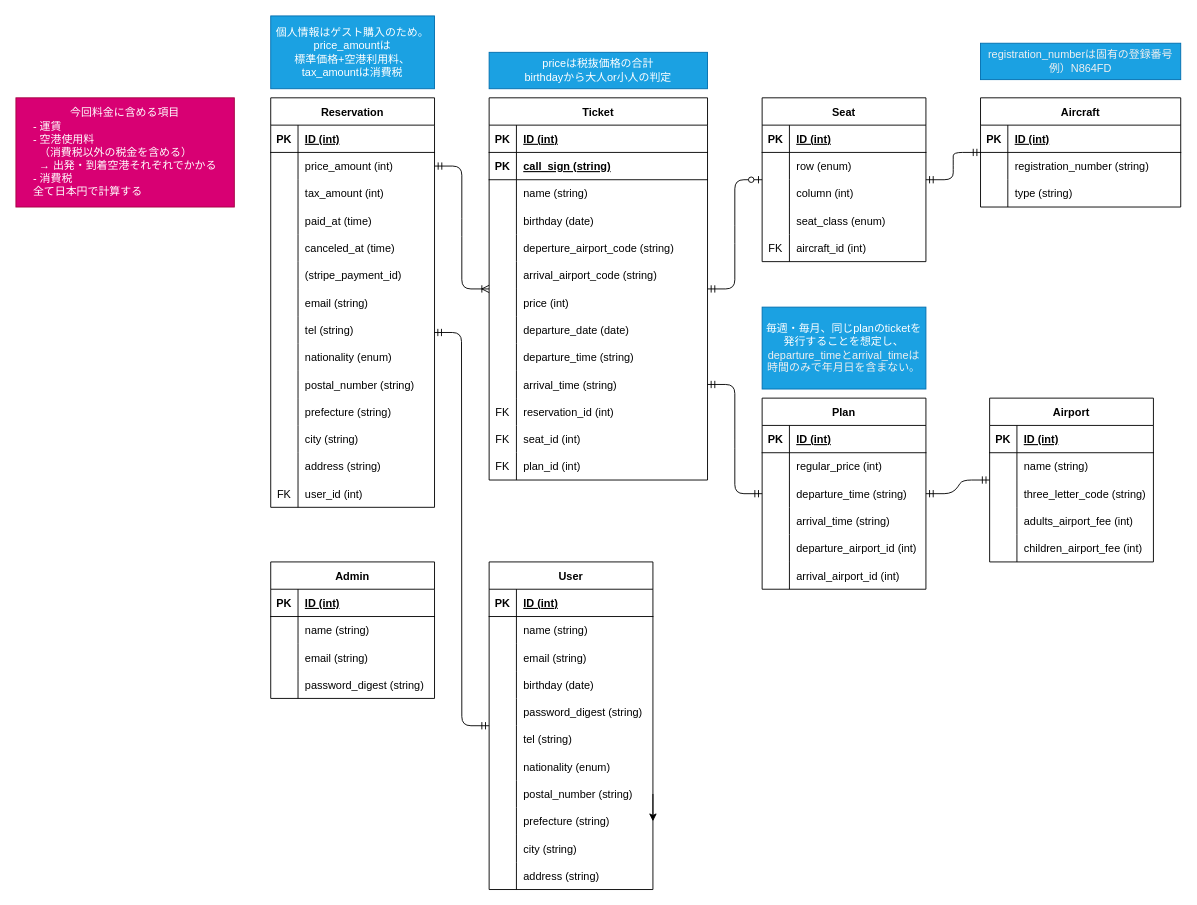
Above: er.drawio in zyojo/peach-clone (draw.io), before the change. Source tidied: cells renumbered, new cells numbered last; positions are measured from the earlier drawing's top-left corner, leaving out a move shared by most shapes. Both pictures are drawn from the tidied source at 91%, with x=0, y=0 at pixel (15, 15).
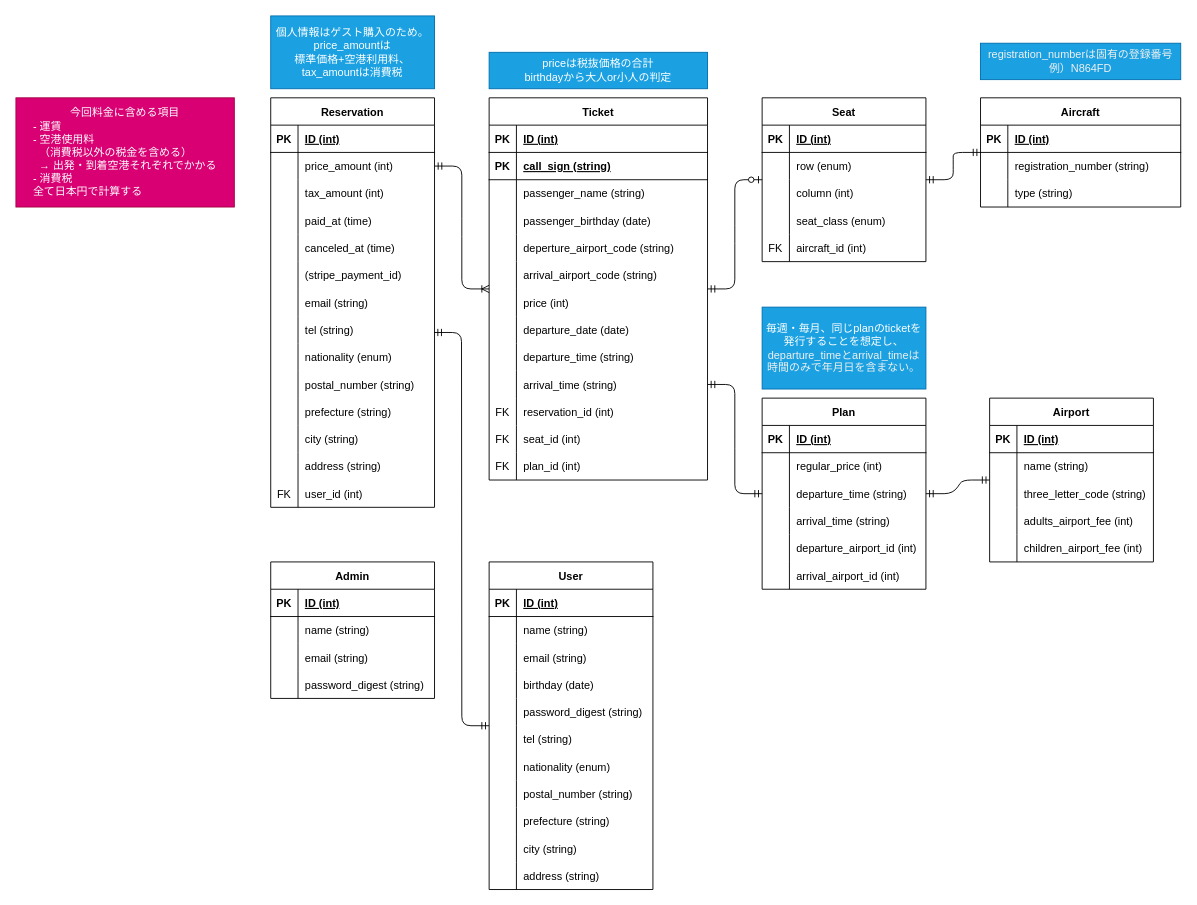
After the change.

The change refers to these unchanged cells:
```xml
<mxCell id="35" style="shape=tableRow;horizontal=0;startSize=0;swimlaneHead=0;swimlaneBody=0;fillColor=none;top=0;left=0;right=0;bottom=0;" parent="28" vertex="1">
  <mxGeometry y="90" width="240" height="30" as="geometry" />
</mxCell>
<mxCell id="38" style="shape=tableRow;horizontal=0;startSize=0;swimlaneHead=0;swimlaneBody=0;fillColor=none;top=0;left=0;right=0;bottom=0;" parent="28" vertex="1">
  <mxGeometry y="120" width="240" height="30" as="geometry" />
</mxCell>
<mxCell id="111" value="User" style="shape=table;startSize=30;childLayout=tableLayout;rowLines=0;fontStyle=1;align=center;" parent="1" vertex="1">
  <mxGeometry x="520" y="600" width="180" height="360" as="geometry" />
</mxCell>
<mxCell id="133" style="shape=tableRow;horizontal=0;startSize=0;swimlaneHead=0;swimlaneBody=0;fillColor=none;points=[[0,0.5],[1,0.5]];portConstraint=eastwest;top=0;left=0;right=0;bottom=0;labelBackgroundColor=none;" parent="111" vertex="1">
  <mxGeometry y="240" width="180" height="30" as="geometry" />
</mxCell>
<mxCell id="136" style="shape=tableRow;horizontal=0;startSize=0;swimlaneHead=0;swimlaneBody=0;fillColor=none;points=[[0,0.5],[1,0.5]];portConstraint=eastwest;top=0;left=0;right=0;bottom=0;labelBackgroundColor=none;" parent="111" vertex="1">
  <mxGeometry y="270" width="180" height="30" as="geometry" />
</mxCell>
```

What changed in the source:
```diff
@@
-    <mxCell id="37" value="name (string)" style="shape=partialRectangle;fillColor=none;top=0;left=0;bottom=0;right=0;align=left;spacingLeft=6;overflow=hidden;" parent="35" vertex="1">
+    <mxCell id="37" value="passenger_name (string)" style="shape=partialRectangle;fillColor=none;top=0;left=0;bottom=0;right=0;align=left;spacingLeft=6;overflow=hidden;" parent="35" vertex="1">
       <mxGeometry x="30" width="210" height="30" as="geometry" />
     </mxCell>
@@
-    <mxCell id="40" value="birthday (date)" style="shape=partialRectangle;fillColor=none;top=0;left=0;bottom=0;right=0;align=left;spacingLeft=6;overflow=hidden;" parent="38" vertex="1">
+    <mxCell id="40" value="passenger_birthday (date)" style="shape=partialRectangle;fillColor=none;top=0;left=0;bottom=0;right=0;align=left;spacingLeft=6;overflow=hidden;" parent="38" vertex="1">
       <mxGeometry x="30" width="210" height="30" as="geometry" />
     </mxCell>
@@
-    <mxCell id="145" style="edgeStyle=none;html=1;exitX=1;exitY=0.5;exitDx=0;exitDy=0;entryX=1;entryY=0.5;entryDx=0;entryDy=0;" parent="111" edge="1" source="133" target="136">
-      <mxGeometry relative="1" as="geometry" />
-    </mxCell>
```
